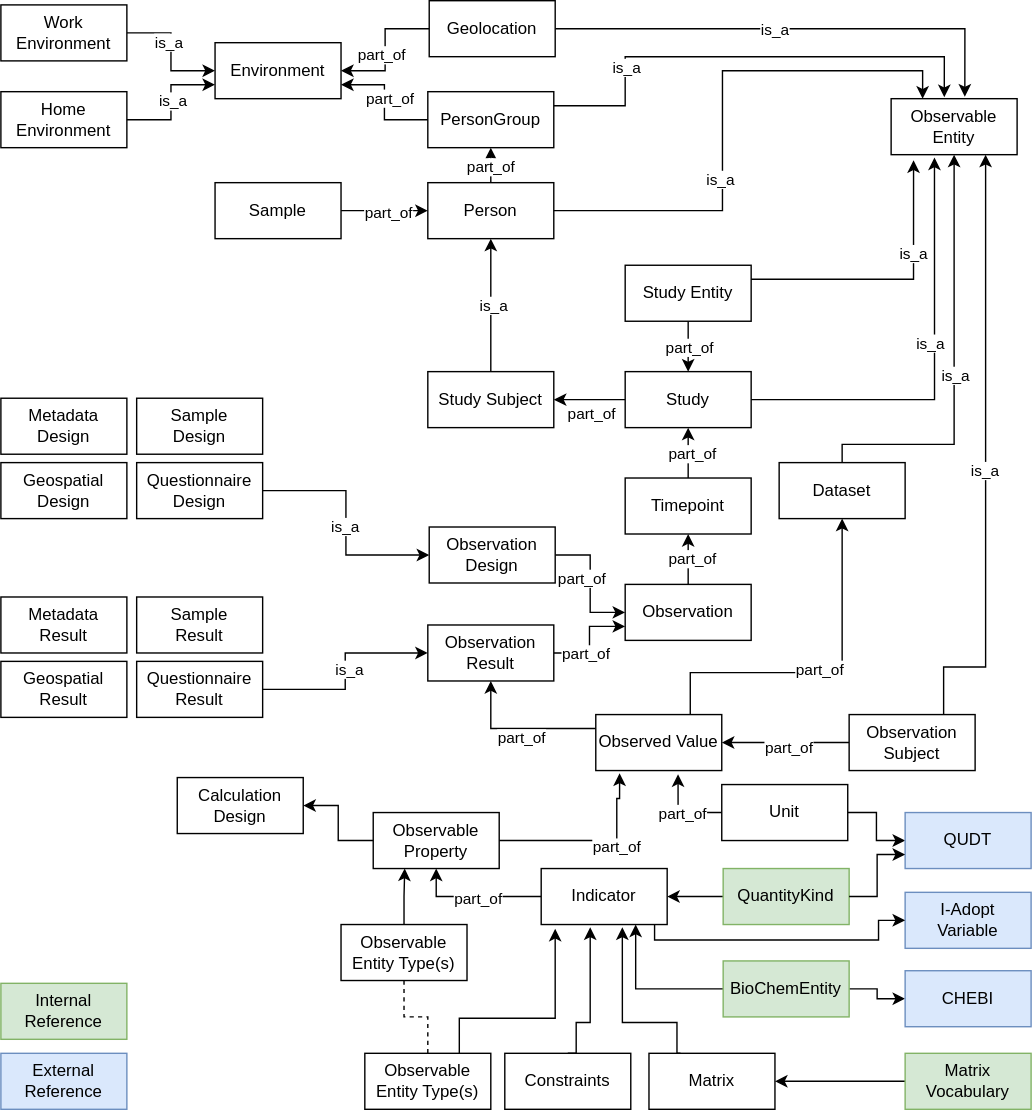
Above: diagrams/PEH Entities Overview.svg in GertjanBisschop/parco-hbm (draw.io), before the change. Source tidied: cells renumbered, new cells last; positions are measured from the earlier drawing's top-left corner, leaving out a move shared by most shapes.
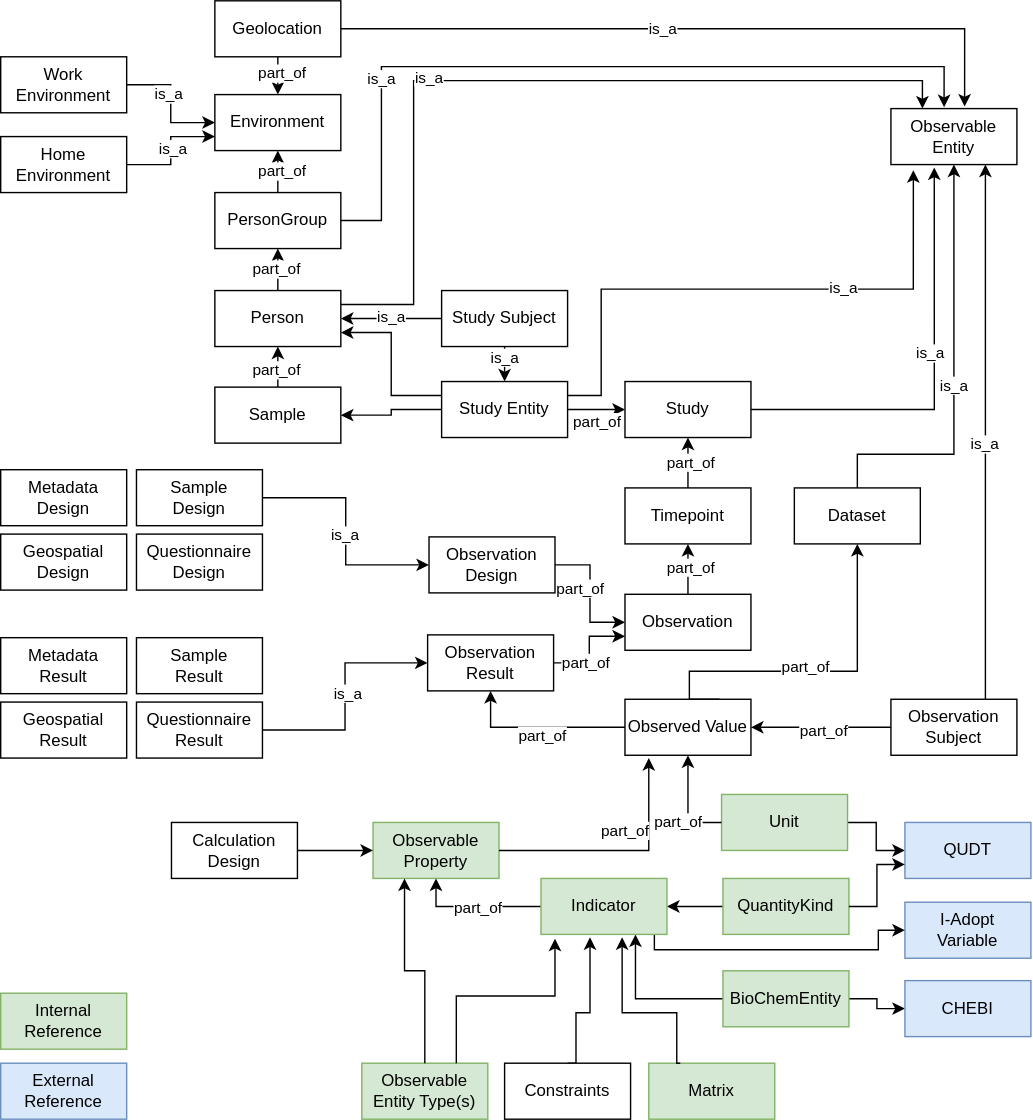
After the commit.

Commit message:
PEG schema update - restructured references and study entities

Change to the diagram source:
```diff
@@ -4,10 +4,2 @@
     <mxCell id="1" parent="0" />
-    <mxCell id="2" style="edgeStyle=orthogonalEdgeStyle;rounded=0;jettySize=auto;html=1;entryX=1;entryY=0.5;entryDx=0;entryDy=0;" parent="1" edge="1" source="4" target="50">
-      <mxGeometry relative="1" as="geometry" />
-    </mxCell>
-    <mxCell id="3" value="part_of" style="edgeLabel;html=1;align=center;verticalAlign=middle;" parent="2" vertex="1">
-      <mxGeometry x="0.53" y="-4" relative="1" as="geometry">
-        <mxPoint x="14" y="13" as="offset" />
-      </mxGeometry>
-    </mxCell>
     <mxCell id="4" value="Study" style="rounded=0;whiteSpace=wrap;html=1;" parent="1" vertex="1">
@@ -24,3 +16,3 @@
     </mxCell>
-    <mxCell id="8" style="edgeStyle=orthogonalEdgeStyle;rounded=0;jettySize=auto;html=1;entryX=1;entryY=0.5;entryDx=0;entryDy=0;" parent="1" edge="1" source="12" target="18">
+    <mxCell id="8" style="edgeStyle=orthogonalEdgeStyle;rounded=0;jettySize=auto;html=1;entryX=0.5;entryY=0;entryDx=0;entryDy=0;" parent="1" edge="1" source="12" target="18">
       <mxGeometry relative="1" as="geometry" />
@@ -37,6 +29,6 @@
     <mxCell id="12" value="Geolocation" style="rounded=0;whiteSpace=wrap;html=1;" parent="1" vertex="1">
-      <mxGeometry x="306" width="90" height="40" as="geometry" />
+      <mxGeometry x="153" y="-7" width="90" height="40" as="geometry" />
     </mxCell>
     <mxCell id="13" value="PersonGroup" style="rounded=0;whiteSpace=wrap;html=1;" parent="1" vertex="1">
-      <mxGeometry x="305" y="65" width="90" height="40" as="geometry" />
+      <mxGeometry x="153" y="130" width="90" height="40" as="geometry" />
     </mxCell>
@@ -49,9 +41,9 @@
     <mxCell id="16" value="Work Environment" style="rounded=0;whiteSpace=wrap;html=1;" parent="1" vertex="1">
-      <mxGeometry y="3" width="90" height="40" as="geometry" />
+      <mxGeometry y="33" width="90" height="40" as="geometry" />
     </mxCell>
     <mxCell id="17" value="Home Environment" style="rounded=0;whiteSpace=wrap;html=1;" parent="1" vertex="1">
-      <mxGeometry y="65" width="90" height="40" as="geometry" />
+      <mxGeometry y="90" width="90" height="40" as="geometry" />
     </mxCell>
     <mxCell id="18" value="Environment" style="rounded=0;whiteSpace=wrap;html=1;" parent="1" vertex="1">
-      <mxGeometry x="153" y="30" width="90" height="40" as="geometry" />
+      <mxGeometry x="153" y="60" width="90" height="40" as="geometry" />
     </mxCell>
@@ -64,9 +56,9 @@
     <mxCell id="21" value="Person" style="rounded=0;whiteSpace=wrap;html=1;" parent="1" vertex="1">
-      <mxGeometry x="305" y="130" width="90" height="40" as="geometry" />
+      <mxGeometry x="153" y="200" width="90" height="40" as="geometry" />
     </mxCell>
     <mxCell id="22" value="Metadata&lt;br&gt;Result" style="rounded=0;whiteSpace=wrap;html=1;" parent="1" vertex="1">
-      <mxGeometry y="426" width="90" height="40" as="geometry" />
+      <mxGeometry y="448" width="90" height="40" as="geometry" />
     </mxCell>
     <mxCell id="23" value="Geospatial Design" style="rounded=0;whiteSpace=wrap;html=1;" parent="1" vertex="1">
-      <mxGeometry y="330" width="90" height="40" as="geometry" />
+      <mxGeometry y="374" width="90" height="40" as="geometry" />
     </mxCell>
@@ -75,3 +67,3 @@
     </mxCell>
-    <mxCell id="25" value="Unit" style="rounded=0;whiteSpace=wrap;html=1;" parent="1" vertex="1">
+    <mxCell id="25" value="Unit" style="rounded=0;whiteSpace=wrap;html=1;fillColor=#d5e8d4;strokeColor=#82b366;" parent="1" vertex="1">
       <mxGeometry x="515" y="560" width="90" height="40" as="geometry" />
@@ -87,4 +79,5 @@
         <Array as="points">
-          <mxPoint x="492" y="480" />
-          <mxPoint x="601" y="480" />
+          <mxPoint x="492" y="492" />
+          <mxPoint x="492" y="472" />
+          <mxPoint x="612" y="472" />
         </Array>
@@ -99,15 +92,15 @@
     <mxCell id="31" value="Sample&lt;br&gt;Result" style="rounded=0;whiteSpace=wrap;html=1;" parent="1" vertex="1">
-      <mxGeometry x="97" y="426" width="90" height="40" as="geometry" />
+      <mxGeometry x="97" y="448" width="90" height="40" as="geometry" />
     </mxCell>
     <mxCell id="32" value="Sample&lt;br&gt;Design" style="rounded=0;whiteSpace=wrap;html=1;" parent="1" vertex="1">
-      <mxGeometry x="97" y="284" width="90" height="40" as="geometry" />
+      <mxGeometry x="97" y="328" width="90" height="40" as="geometry" />
     </mxCell>
     <mxCell id="33" value="Calculation Design" style="rounded=0;whiteSpace=wrap;html=1;" parent="1" vertex="1">
-      <mxGeometry x="126" y="555" width="90" height="40" as="geometry" />
+      <mxGeometry x="122" y="580" width="90" height="40" as="geometry" />
     </mxCell>
-    <mxCell id="34" style="edgeStyle=orthogonalEdgeStyle;rounded=0;jettySize=auto;html=1;" parent="1" edge="1" source="38" target="65">
+    <mxCell id="34" style="edgeStyle=orthogonalEdgeStyle;rounded=0;jettySize=auto;html=1;exitX=0;exitY=0.5;exitDx=0;exitDy=0;entryX=1;entryY=0.5;entryDx=0;entryDy=0;" parent="1" edge="1" source="38" target="65">
       <mxGeometry relative="1" as="geometry">
         <Array as="points">
-          <mxPoint x="556" y="530" />
-          <mxPoint x="556" y="530" />
+          <mxPoint x="575" y="512" />
+          <mxPoint x="575" y="512" />
         </Array>
@@ -123,4 +116,4 @@
         <Array as="points">
-          <mxPoint x="674" y="476" />
-          <mxPoint x="704" y="476" />
+          <mxPoint x="704" y="484" />
+          <mxPoint x="704" y="484" />
         </Array>
@@ -132,3 +125,3 @@
     <mxCell id="38" value="Observation Subject" style="rounded=0;whiteSpace=wrap;html=1;" parent="1" vertex="1">
-      <mxGeometry x="606" y="510" width="90" height="40" as="geometry" />
+      <mxGeometry x="636" y="492" width="90" height="40" as="geometry" />
     </mxCell>
@@ -141,5 +134,5 @@
     <mxCell id="41" value="Questionnaire Result" style="rounded=0;whiteSpace=wrap;html=1;" parent="1" vertex="1">
-      <mxGeometry x="97" y="472" width="90" height="40" as="geometry" />
+      <mxGeometry x="97" y="494" width="90" height="40" as="geometry" />
     </mxCell>
-    <mxCell id="42" style="edgeStyle=orthogonalEdgeStyle;rounded=0;jettySize=auto;html=1;entryX=0;entryY=0.5;entryDx=0;entryDy=0;" parent="1" edge="1" source="44" target="96">
+    <mxCell id="42" style="edgeStyle=orthogonalEdgeStyle;rounded=0;jettySize=auto;html=1;entryX=0;entryY=0.5;entryDx=0;entryDy=0;exitX=1;exitY=0.5;exitDx=0;exitDy=0;" parent="1" edge="1" source="32" target="96">
       <mxGeometry relative="1" as="geometry" />
@@ -150,3 +143,3 @@
     <mxCell id="44" value="Questionnaire Design" style="rounded=0;whiteSpace=wrap;html=1;" parent="1" vertex="1">
-      <mxGeometry x="97" y="330" width="90" height="40" as="geometry" />
+      <mxGeometry x="97" y="374" width="90" height="40" as="geometry" />
     </mxCell>
@@ -161,4 +154,9 @@
     </mxCell>
-    <mxCell id="48" style="edgeStyle=orthogonalEdgeStyle;rounded=0;jettySize=auto;html=1;exitX=0.5;exitY=0;exitDx=0;exitDy=0;entryX=0.5;entryY=1;entryDx=0;entryDy=0;" parent="1" edge="1" source="50" target="21">
-      <mxGeometry relative="1" as="geometry" />
+    <mxCell id="48" style="edgeStyle=orthogonalEdgeStyle;rounded=0;jettySize=auto;html=1;exitX=0;exitY=0.5;exitDx=0;exitDy=0;entryX=1;entryY=0.5;entryDx=0;entryDy=0;" parent="1" edge="1" source="50" target="21">
+      <mxGeometry relative="1" as="geometry">
+        <Array as="points">
+          <mxPoint x="313" y="220" />
+          <mxPoint x="313" y="220" />
+        </Array>
+      </mxGeometry>
     </mxCell>
@@ -167,4 +165,12 @@
     </mxCell>
+    <mxCell id="113" style="edgeStyle=orthogonalEdgeStyle;rounded=0;jettySize=auto;html=1;" parent="1" edge="1" source="50" target="81">
+      <mxGeometry relative="1" as="geometry" />
+    </mxCell>
+    <mxCell id="114" value="is_a" style="edgeLabel;html=1;align=center;verticalAlign=middle;" parent="113" vertex="1">
+      <mxGeometry relative="1" as="geometry">
+        <mxPoint y="-5" as="offset" />
+      </mxGeometry>
+    </mxCell>
     <mxCell id="50" value="Study Subject" style="rounded=0;whiteSpace=wrap;html=1;" parent="1" vertex="1">
-      <mxGeometry x="305" y="265" width="90" height="40" as="geometry" />
+      <mxGeometry x="315" y="200" width="90" height="40" as="geometry" />
     </mxCell>
@@ -184,4 +190,4 @@
     </mxCell>
-    <mxCell id="54" value="Observable Entity Type(s)" style="rounded=0;whiteSpace=wrap;html=1;" parent="1" vertex="1">
-      <mxGeometry x="260" y="752" width="90" height="40" as="geometry" />
+    <mxCell id="54" value="Observable Entity Type(s)" style="rounded=0;whiteSpace=wrap;html=1;fillColor=#d5e8d4;strokeColor=#82b366;" parent="1" vertex="1">
+      <mxGeometry x="258" y="752" width="90" height="40" as="geometry" />
     </mxCell>
@@ -190,3 +196,3 @@
     </mxCell>
-    <mxCell id="56" value="Observable Property" style="rounded=0;whiteSpace=wrap;html=1;" parent="1" vertex="1">
+    <mxCell id="56" value="Observable Property" style="rounded=0;whiteSpace=wrap;html=1;fillColor=#d5e8d4;strokeColor=#82b366;" parent="1" vertex="1">
       <mxGeometry x="266" y="580" width="90" height="40" as="geometry" />
@@ -196,5 +202,3 @@
         <Array as="points">
-          <mxPoint x="440" y="600" />
-          <mxPoint x="440" y="570" />
-          <mxPoint x="442" y="570" />
+          <mxPoint x="463" y="600" />
         </Array>
@@ -203,3 +207,5 @@
     <mxCell id="58" value="part_of" style="edgeLabel;html=1;align=center;verticalAlign=middle;" parent="57" vertex="1">
-      <mxGeometry x="0.23" y="-4" relative="1" as="geometry" />
+      <mxGeometry x="0.23" y="-4" relative="1" as="geometry">
+        <mxPoint x="-21" y="-15" as="offset" />
+      </mxGeometry>
     </mxCell>
@@ -220,6 +226,6 @@
     </mxCell>
-    <mxCell id="62" value="Indicator" style="rounded=0;whiteSpace=wrap;html=1;" parent="1" vertex="1">
+    <mxCell id="62" value="Indicator" style="rounded=0;whiteSpace=wrap;html=1;fillColor=#d5e8d4;strokeColor=#82b366;" parent="1" vertex="1">
       <mxGeometry x="386" y="620" width="90" height="40" as="geometry" />
     </mxCell>
-    <mxCell id="63" style="edgeStyle=orthogonalEdgeStyle;rounded=0;jettySize=auto;html=1;entryX=0.5;entryY=1;entryDx=0;entryDy=0;exitX=0;exitY=0.25;exitDx=0;exitDy=0;" parent="1" edge="1" source="65" target="99">
+    <mxCell id="63" style="edgeStyle=orthogonalEdgeStyle;rounded=0;jettySize=auto;html=1;entryX=0.5;entryY=1;entryDx=0;entryDy=0;exitX=0;exitY=0.5;exitDx=0;exitDy=0;" parent="1" edge="1" source="65" target="99">
       <mxGeometry relative="1" as="geometry" />
@@ -232,6 +238,8 @@
     <mxCell id="65" value="Observed Value" style="rounded=0;whiteSpace=wrap;html=1;" parent="1" vertex="1">
-      <mxGeometry x="425" y="510" width="90" height="40" as="geometry" />
+      <mxGeometry x="446" y="492" width="90" height="40" as="geometry" />
     </mxCell>
-    <mxCell id="66" style="edgeStyle=orthogonalEdgeStyle;rounded=0;jettySize=auto;html=1;entryX=1;entryY=0.75;entryDx=0;entryDy=0;exitX=0;exitY=0.5;exitDx=0;exitDy=0;" parent="1" edge="1" source="13" target="18">
-      <mxGeometry relative="1" as="geometry" />
+    <mxCell id="66" style="edgeStyle=orthogonalEdgeStyle;rounded=0;jettySize=auto;html=1;exitX=0.5;exitY=0;exitDx=0;exitDy=0;" parent="1" edge="1" source="13">
+      <mxGeometry relative="1" as="geometry">
+        <mxPoint x="198" y="100" as="targetPoint" />
+      </mxGeometry>
     </mxCell>
@@ -246,4 +254,10 @@
     </mxCell>
-    <mxCell id="70" style="edgeStyle=orthogonalEdgeStyle;rounded=0;jettySize=auto;html=1;entryX=0.25;entryY=0;entryDx=0;entryDy=0;" parent="1" edge="1" source="21" target="55">
-      <mxGeometry relative="1" as="geometry" />
+    <mxCell id="70" style="edgeStyle=orthogonalEdgeStyle;rounded=0;jettySize=auto;html=1;entryX=0.25;entryY=0;entryDx=0;entryDy=0;exitX=1;exitY=0.25;exitDx=0;exitDy=0;" parent="1" edge="1" source="21" target="55">
+      <mxGeometry relative="1" as="geometry">
+        <Array as="points">
+          <mxPoint x="295" y="210" />
+          <mxPoint x="295" y="50" />
+          <mxPoint x="659" y="50" />
+        </Array>
+      </mxGeometry>
     </mxCell>
@@ -252,7 +266,7 @@
     </mxCell>
-    <mxCell id="72" style="edgeStyle=orthogonalEdgeStyle;rounded=0;jettySize=auto;html=1;entryX=0.422;entryY=-0.025;entryDx=0;entryDy=0;entryPerimeter=0;exitX=1;exitY=0.25;exitDx=0;exitDy=0;" parent="1" edge="1" source="13" target="55">
+    <mxCell id="72" style="edgeStyle=orthogonalEdgeStyle;rounded=0;jettySize=auto;html=1;entryX=0.422;entryY=-0.025;entryDx=0;entryDy=0;entryPerimeter=0;exitX=1;exitY=0.5;exitDx=0;exitDy=0;" parent="1" edge="1" source="13" target="55">
       <mxGeometry relative="1" as="geometry">
         <Array as="points">
-          <mxPoint x="446" y="75" />
-          <mxPoint x="446" y="40" />
+          <mxPoint x="272" y="150" />
+          <mxPoint x="272" y="40" />
           <mxPoint x="674" y="40" />
@@ -265,3 +279,3 @@
     <mxCell id="74" value="Dataset" style="rounded=0;whiteSpace=wrap;html=1;" parent="1" vertex="1">
-      <mxGeometry x="556" y="330" width="90" height="40" as="geometry" />
+      <mxGeometry x="567" y="341" width="90" height="40" as="geometry" />
     </mxCell>
@@ -270,4 +284,4 @@
         <Array as="points">
-          <mxPoint x="328" y="727" />
-          <mxPoint x="396" y="727" />
+          <mxPoint x="326" y="704" />
+          <mxPoint x="396" y="704" />
         </Array>
@@ -278,4 +292,5 @@
         <Array as="points">
-          <mxPoint x="411" y="730" />
-          <mxPoint x="421" y="730" />
+          <mxPoint x="411" y="752" />
+          <mxPoint x="411" y="716" />
+          <mxPoint x="421" y="716" />
         </Array>
@@ -289,3 +304,3 @@
     </mxCell>
-    <mxCell id="79" style="edgeStyle=orthogonalEdgeStyle;rounded=0;jettySize=auto;html=1;entryX=0.5;entryY=0;entryDx=0;entryDy=0;exitX=0.5;exitY=1;exitDx=0;exitDy=0;" parent="1" edge="1" source="81" target="4">
+    <mxCell id="79" style="edgeStyle=orthogonalEdgeStyle;rounded=0;jettySize=auto;html=1;entryX=0;entryY=0.5;entryDx=0;entryDy=0;exitX=1;exitY=0.5;exitDx=0;exitDy=0;" parent="1" edge="1" source="81" target="4">
       <mxGeometry relative="1" as="geometry" />
@@ -293,6 +308,14 @@
     <mxCell id="80" value="part_of" style="edgeLabel;html=1;align=center;verticalAlign=middle;" parent="79" vertex="1">
-      <mxGeometry x="0.03" relative="1" as="geometry" />
+      <mxGeometry x="0.03" relative="1" as="geometry">
+        <mxPoint y="9" as="offset" />
+      </mxGeometry>
     </mxCell>
+    <mxCell id="115" style="edgeStyle=orthogonalEdgeStyle;rounded=0;jettySize=auto;html=1;entryX=1;entryY=0.5;entryDx=0;entryDy=0;" parent="1" edge="1" source="81" target="112">
+      <mxGeometry relative="1" as="geometry" />
+    </mxCell>
+    <mxCell id="116" style="edgeStyle=orthogonalEdgeStyle;rounded=0;jettySize=auto;html=1;exitX=0;exitY=0.25;exitDx=0;exitDy=0;entryX=1;entryY=0.75;entryDx=0;entryDy=0;" parent="1" edge="1" source="81" target="21">
+      <mxGeometry relative="1" as="geometry" />
+    </mxCell>
     <mxCell id="81" value="Study Entity" style="rounded=0;whiteSpace=wrap;html=1;" parent="1" vertex="1">
-      <mxGeometry x="446" y="189" width="90" height="40" as="geometry" />
+      <mxGeometry x="315" y="265" width="90" height="40" as="geometry" />
     </mxCell>
@@ -301,2 +324,4 @@
         <Array as="points">
+          <mxPoint x="429" y="275" />
+          <mxPoint x="429" y="199" />
           <mxPoint x="652" y="199" />
@@ -311,3 +336,3 @@
         <Array as="points">
-          <mxPoint x="601" y="317" />
+          <mxPoint x="612" y="317" />
           <mxPoint x="681" y="317" />
@@ -329,12 +354,6 @@
     </mxCell>
-    <mxCell id="88" style="edgeStyle=orthogonalEdgeStyle;rounded=0;jettySize=auto;html=1;entryX=0.25;entryY=1;entryDx=0;entryDy=0;" parent="1" edge="1" source="90" target="56">
+    <mxCell id="88" style="edgeStyle=orthogonalEdgeStyle;rounded=0;jettySize=auto;html=1;entryX=0.25;entryY=1;entryDx=0;entryDy=0;exitX=0.5;exitY=0;exitDx=0;exitDy=0;" parent="1" edge="1" source="54" target="56">
       <mxGeometry relative="1" as="geometry" />
     </mxCell>
-    <mxCell id="89" style="edgeStyle=orthogonalEdgeStyle;rounded=0;jettySize=auto;html=1;entryX=0.5;entryY=0;entryDx=0;entryDy=0;endArrow=none;endFill=0;dashed=1;exitX=0.5;exitY=1;exitDx=0;exitDy=0;" parent="1" edge="1" source="90" target="54">
-      <mxGeometry relative="1" as="geometry" />
-    </mxCell>
-    <mxCell id="90" value="Observable Entity Type(s)" style="rounded=0;whiteSpace=wrap;html=1;" parent="1" vertex="1">
-      <mxGeometry x="243" y="660" width="90" height="40" as="geometry" />
-    </mxCell>
-    <mxCell id="91" style="edgeStyle=orthogonalEdgeStyle;rounded=0;jettySize=auto;html=1;entryX=0.653;entryY=1.067;entryDx=0;entryDy=0;entryPerimeter=0;exitX=0;exitY=0.5;exitDx=0;exitDy=0;" parent="1" edge="1" source="25" target="65">
+    <mxCell id="91" style="edgeStyle=orthogonalEdgeStyle;rounded=0;jettySize=auto;html=1;entryX=0.5;entryY=1;entryDx=0;entryDy=0;exitX=0;exitY=0.5;exitDx=0;exitDy=0;" parent="1" edge="1" source="25" target="65">
       <mxGeometry relative="1" as="geometry" />
@@ -346,3 +365,3 @@
     </mxCell>
-    <mxCell id="93" style="edgeStyle=orthogonalEdgeStyle;rounded=0;jettySize=auto;html=1;entryX=1;entryY=0.5;entryDx=0;entryDy=0;" parent="1" edge="1" source="56" target="33">
+    <mxCell id="93" style="edgeStyle=orthogonalEdgeStyle;rounded=0;jettySize=auto;html=1;entryX=1;entryY=0.5;entryDx=0;entryDy=0;startArrow=classic;startFill=1;endArrow=none;endFill=0;" parent="1" edge="1" source="56" target="33">
       <mxGeometry relative="1" as="geometry" />
@@ -372,3 +391,3 @@
     </mxCell>
-    <mxCell id="101" value="Matrix" style="rounded=0;whiteSpace=wrap;html=1;" parent="1" vertex="1">
+    <mxCell id="101" value="Matrix" style="rounded=0;whiteSpace=wrap;html=1;fillColor=#d5e8d4;strokeColor=#82b366;" parent="1" vertex="1">
       <mxGeometry x="463" y="752" width="90" height="40" as="geometry" />
@@ -379,4 +398,4 @@
           <mxPoint x="483" y="752" />
-          <mxPoint x="483" y="730" />
-          <mxPoint x="444" y="730" />
+          <mxPoint x="483" y="716" />
+          <mxPoint x="444" y="716" />
         </Array>
@@ -384,8 +403,2 @@
     </mxCell>
-    <mxCell id="103" style="edgeStyle=orthogonalEdgeStyle;rounded=0;jettySize=auto;html=1;" parent="1" edge="1" source="104" target="101">
-      <mxGeometry relative="1" as="geometry" />
-    </mxCell>
-    <mxCell id="104" value="Matrix Vocabulary" style="rounded=0;whiteSpace=wrap;html=1;fillColor=#d5e8d4;strokeColor=#82b366;" parent="1" vertex="1">
-      <mxGeometry x="646" y="752" width="90" height="40" as="geometry" />
-    </mxCell>
     <mxCell id="105" value="External Reference" style="rounded=0;whiteSpace=wrap;html=1;fillColor=#dae8fc;strokeColor=#6c8ebf;" parent="1" vertex="1">
@@ -397,6 +410,6 @@
     <mxCell id="107" value="Metadata&lt;br&gt;Design" style="rounded=0;whiteSpace=wrap;html=1;" parent="1" vertex="1">
-      <mxGeometry y="284" width="90" height="40" as="geometry" />
+      <mxGeometry y="328" width="90" height="40" as="geometry" />
     </mxCell>
     <mxCell id="108" value="Geospatial Result" style="rounded=0;whiteSpace=wrap;html=1;" parent="1" vertex="1">
-      <mxGeometry y="472" width="90" height="40" as="geometry" />
+      <mxGeometry y="494" width="90" height="40" as="geometry" />
     </mxCell>
@@ -405,3 +418,3 @@
     </mxCell>
-    <mxCell id="110" style="edgeStyle=orthogonalEdgeStyle;rounded=0;jettySize=auto;html=1;entryX=0;entryY=0.5;entryDx=0;entryDy=0;" parent="1" edge="1" source="112" target="21">
+    <mxCell id="110" style="edgeStyle=orthogonalEdgeStyle;rounded=0;jettySize=auto;html=1;entryX=0.5;entryY=1;entryDx=0;entryDy=0;" parent="1" edge="1" source="112" target="21">
       <mxGeometry relative="1" as="geometry" />
@@ -412,3 +425,3 @@
     <mxCell id="112" value="Sample" style="rounded=0;whiteSpace=wrap;html=1;" parent="1" vertex="1">
-      <mxGeometry x="153" y="130" width="90" height="40" as="geometry" />
+      <mxGeometry x="153" y="269" width="90" height="40" as="geometry" />
     </mxCell>
```
